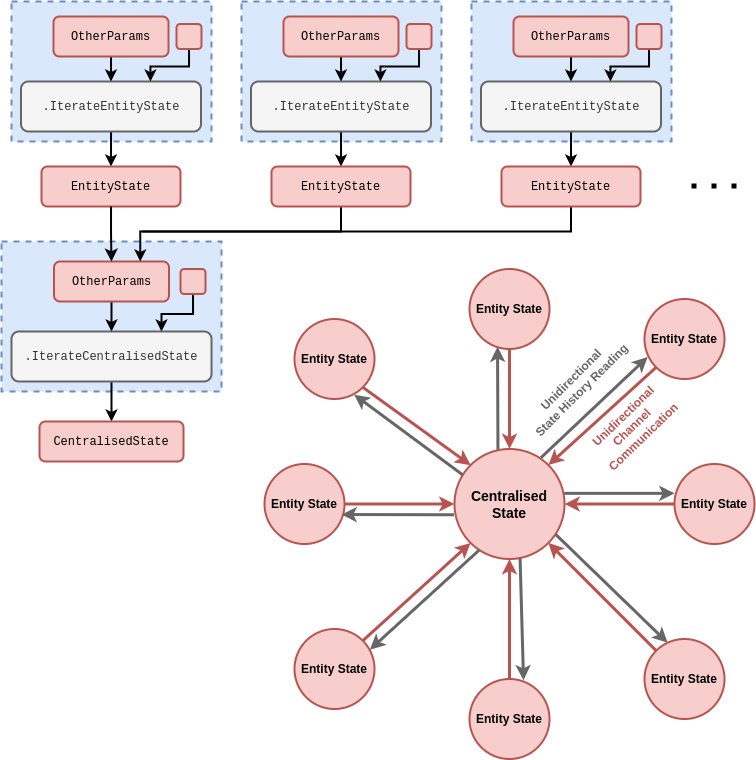
Earlier version of the draw.io export assets/dexetera/dexetera-star-state-partition-graph.drawio.png (umbralcalc/umbralcalc.github.io). Source tidied: cells renumbered, new cells last; positions are measured from the earlier drawing's top-left corner, leaving out a move shared by most shapes.
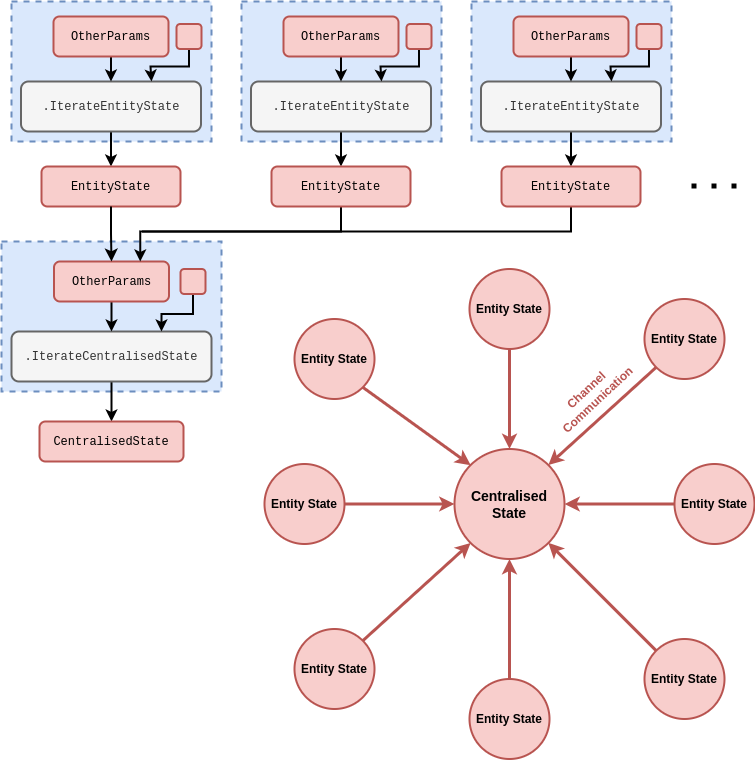
After the change.

The edit, as a diff of the source:
```diff
@@ -196,55 +196,8 @@
         <mxPoint x="740" y="184.5" as="targetPoint" />
       </mxGeometry>
     </mxCell>
-    <mxCell id="55" style="endArrow=classic;startArrow=none;html=1;rounded=0;strokeWidth=3;startFill=0;fillColor=#f5f5f5;strokeColor=#666666;exitX=-0.005;exitY=0.598;exitDx=0;exitDy=0;exitPerimeter=0;" parent="1" edge="1" source="3">
-      <mxGeometry relative="1" as="geometry">
-        <mxPoint x="340" y="513" as="targetPoint" />
-      </mxGeometry>
-    </mxCell>
-    <mxCell id="56" style="endArrow=classic;startArrow=none;html=1;rounded=0;strokeWidth=3;startFill=0;fillColor=#f5f5f5;strokeColor=#666666;exitX=0.197;exitY=0.91;exitDx=0;exitDy=0;exitPerimeter=0;entryX=0.943;entryY=0.258;entryDx=0;entryDy=0;entryPerimeter=0;" parent="1" edge="1" target="5">
-      <mxGeometry relative="1" as="geometry">
-        <mxPoint x="477.7" y="548.6" as="sourcePoint" />
-      </mxGeometry>
-    </mxCell>
-    <mxCell id="57" style="endArrow=classic;startArrow=none;html=1;rounded=0;strokeWidth=3;startFill=0;fillColor=#f5f5f5;strokeColor=#666666;exitX=0.587;exitY=0.982;exitDx=0;exitDy=0;exitPerimeter=0;entryX=0.663;entryY=0.004;entryDx=0;entryDy=0;entryPerimeter=0;" parent="1" edge="1">
-      <mxGeometry relative="1" as="geometry">
-        <mxPoint x="518.6" y="556.5" as="sourcePoint" />
-        <mxPoint x="522" y="678.8" as="targetPoint" />
-      </mxGeometry>
-    </mxCell>
-    <mxCell id="58" style="endArrow=classic;startArrow=none;html=1;rounded=0;strokeWidth=3;startFill=0;fillColor=#f5f5f5;strokeColor=#666666;exitX=0.882;exitY=0.775;exitDx=0;exitDy=0;exitPerimeter=0;entryX=0.239;entryY=0.047;entryDx=0;entryDy=0;entryPerimeter=0;" parent="1" edge="1">
-      <mxGeometry relative="1" as="geometry">
-        <mxPoint x="554" y="532.8" as="sourcePoint" />
-        <mxPoint x="666.1" y="641.3" as="targetPoint" />
-      </mxGeometry>
-    </mxCell>
-    <mxCell id="59" style="endArrow=classic;startArrow=none;html=1;rounded=0;strokeWidth=3;startFill=0;fillColor=#f5f5f5;strokeColor=#666666;exitX=0.997;exitY=0.385;exitDx=0;exitDy=0;exitPerimeter=0;entryX=0;entryY=0.342;entryDx=0;entryDy=0;entryPerimeter=0;" parent="1" edge="1">
-      <mxGeometry relative="1" as="geometry">
-        <mxPoint x="562.7" y="491.9" as="sourcePoint" />
-        <mxPoint x="673" y="491.9" as="targetPoint" />
-      </mxGeometry>
-    </mxCell>
-    <mxCell id="60" style="endArrow=classic;startArrow=none;html=1;rounded=0;strokeWidth=3;startFill=0;fillColor=#f5f5f5;strokeColor=#666666;exitX=0.795;exitY=0.079;exitDx=0;exitDy=0;exitPerimeter=0;entryX=0.039;entryY=0.726;entryDx=0;entryDy=0;entryPerimeter=0;" parent="1" edge="1" target="10">
-      <mxGeometry relative="1" as="geometry">
-        <mxPoint x="539.5" y="456.2" as="sourcePoint" />
-      </mxGeometry>
-    </mxCell>
-    <mxCell id="61" style="endArrow=classic;startArrow=none;html=1;rounded=0;strokeWidth=3;startFill=0;fillColor=#f5f5f5;strokeColor=#666666;entryX=0.313;entryY=0.958;entryDx=0;entryDy=0;entryPerimeter=0;exitX=0.395;exitY=-0.003;exitDx=0;exitDy=0;exitPerimeter=0;" parent="1" edge="1">
-      <mxGeometry relative="1" as="geometry">
-        <mxPoint x="496.5" y="448.2" as="sourcePoint" />
-        <mxPoint x="496" y="345.1" as="targetPoint" />
-      </mxGeometry>
-    </mxCell>
-    <mxCell id="62" style="endArrow=classic;startArrow=none;html=1;rounded=0;strokeWidth=3;startFill=0;fillColor=#f5f5f5;strokeColor=#666666;exitX=0.073;exitY=0.234;exitDx=0;exitDy=0;exitPerimeter=0;entryX=0.771;entryY=0.933;entryDx=0;entryDy=0;entryPerimeter=0;" parent="1" edge="1" source="3">
-      <mxGeometry relative="1" as="geometry">
-        <mxPoint x="352.7" y="393.1" as="targetPoint" />
-      </mxGeometry>
-    </mxCell>
-    <mxCell id="63" value="&lt;div&gt;&lt;font color=&quot;#b85450&quot;&gt;&lt;b&gt;Unidirectional&lt;br&gt;&lt;/b&gt;&lt;/font&gt;&lt;div&gt;&lt;b&gt;&lt;font color=&quot;#b85450&quot;&gt;Channel&amp;nbsp;&lt;/font&gt;&lt;/b&gt;&lt;/div&gt;&lt;div&gt;&lt;b&gt;&lt;font color=&quot;#b85450&quot;&gt;Communication&lt;/font&gt;&lt;/b&gt;&lt;/div&gt;&lt;/div&gt;" style="text;html=1;align=center;verticalAlign=middle;whiteSpace=wrap;rounded=0;rotation=316;" parent="1" vertex="1">
-      <mxGeometry x="558" y="410" width="148" height="30" as="geometry" />
+    <mxCell id="63" value="&lt;div&gt;&lt;div&gt;&lt;b&gt;&lt;font color=&quot;#b85450&quot;&gt;Channel&amp;nbsp;&lt;/font&gt;&lt;/b&gt;&lt;/div&gt;&lt;div&gt;&lt;b&gt;&lt;font color=&quot;#b85450&quot;&gt;Communication&lt;/font&gt;&lt;/b&gt;&lt;/div&gt;&lt;/div&gt;" style="text;html=1;align=center;verticalAlign=middle;whiteSpace=wrap;rounded=0;rotation=317;" parent="1" vertex="1">
+      <mxGeometry x="517" y="377.5" width="148" height="30" as="geometry" />
     </mxCell>
-    <mxCell id="64" value="&lt;div&gt;&lt;b style=&quot;background-color: initial;&quot;&gt;&lt;font color=&quot;#666666&quot;&gt;Unidirectional&lt;/font&gt;&lt;/b&gt;&lt;br&gt;&lt;/div&gt;&lt;div&gt;&lt;b&gt;&lt;font color=&quot;#666666&quot;&gt;State History&amp;nbsp;&lt;/font&gt;&lt;/b&gt;&lt;b style=&quot;background-color: initial;&quot;&gt;&lt;font color=&quot;#666666&quot;&gt;Reading&lt;/font&gt;&lt;/b&gt;&lt;/div&gt;" style="text;html=1;align=center;verticalAlign=middle;whiteSpace=wrap;rounded=0;rotation=-45;" parent="1" vertex="1">
-      <mxGeometry x="490.5" y="367.5" width="169.5" height="30" as="geometry" />
-    </mxCell>
   </root>
 </mxGraphModel>
```
